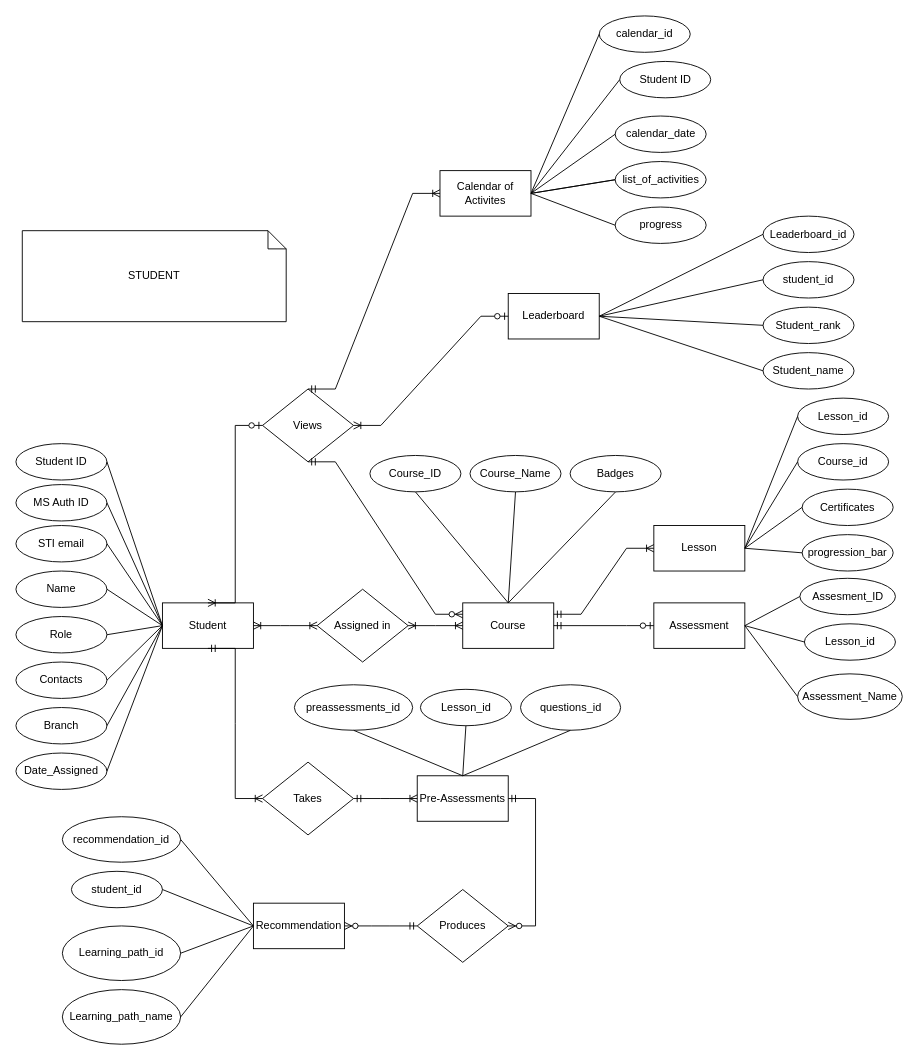
Before: page "Page-3" (1 of 3) of SL-Activities/Task121/.drawio in rnrhltn/javanc3uc1, a draw.io diagram. Source tidied: cells renumbered, new cells numbered last; positions are measured from the earlier drawing's top-left corner, leaving out a move shared by most shapes. Both pictures are drawn from the tidied source at 91%, with x=0, y=0 at pixel (15, 15).
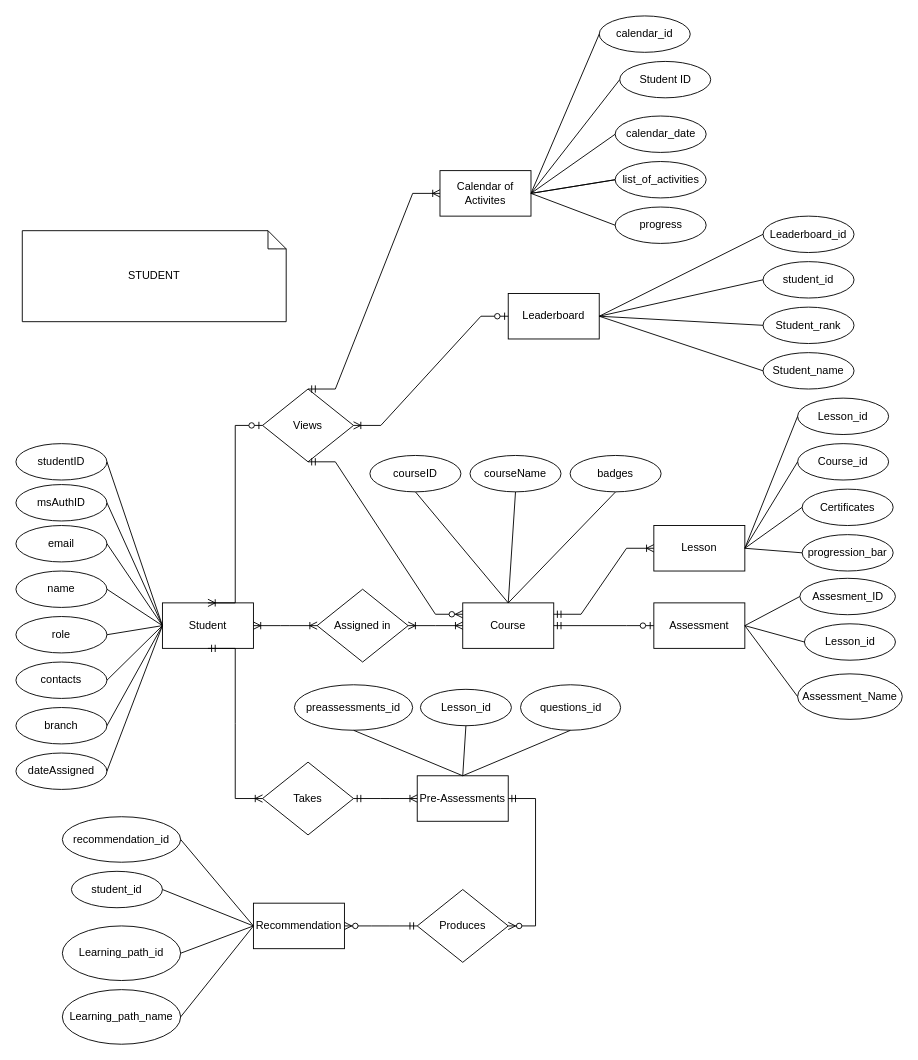
Above is the later version.

Diff of the diagram source:
```diff
@@
-    <mxCell id="3" value="Name" style="ellipse;whiteSpace=wrap;html=1;align=center;" parent="1" vertex="1">
+    <mxCell id="3" value="name" style="ellipse;whiteSpace=wrap;html=1;align=center;" parent="1" vertex="1">
       <mxGeometry y="610" width="100" height="40" as="geometry" />
     </mxCell>
-    <mxCell id="4" value="MS Auth ID" style="ellipse;whiteSpace=wrap;html=1;align=center;" parent="1" vertex="1">
+    <mxCell id="4" value="msAuthID" style="ellipse;whiteSpace=wrap;html=1;align=center;" parent="1" vertex="1">
       <mxGeometry y="515" width="100" height="40" as="geometry" />
     </mxCell>
-    <mxCell id="5" value="STI email" style="ellipse;whiteSpace=wrap;html=1;align=center;" parent="1" vertex="1">
+    <mxCell id="5" value="email" style="ellipse;whiteSpace=wrap;html=1;align=center;" parent="1" vertex="1">
       <mxGeometry y="560" width="100" height="40" as="geometry" />
     </mxCell>
-    <mxCell id="6" value="Role" style="ellipse;whiteSpace=wrap;html=1;align=center;" parent="1" vertex="1">
+    <mxCell id="6" value="role" style="ellipse;whiteSpace=wrap;html=1;align=center;" parent="1" vertex="1">
       <mxGeometry y="660" width="100" height="40" as="geometry" />
     </mxCell>
-    <mxCell id="7" value="Branch" style="ellipse;whiteSpace=wrap;html=1;align=center;" parent="1" vertex="1">
+    <mxCell id="7" value="branch" style="ellipse;whiteSpace=wrap;html=1;align=center;" parent="1" vertex="1">
       <mxGeometry y="760" width="100" height="40" as="geometry" />
     </mxCell>
-    <mxCell id="8" value="Contacts" style="ellipse;whiteSpace=wrap;html=1;align=center;" parent="1" vertex="1">
+    <mxCell id="8" value="contacts" style="ellipse;whiteSpace=wrap;html=1;align=center;" parent="1" vertex="1">
       <mxGeometry y="710" width="100" height="40" as="geometry" />
     </mxCell>
-    <mxCell id="9" value="Student ID" style="ellipse;whiteSpace=wrap;html=1;align=center;" parent="1" vertex="1">
+    <mxCell id="9" value="studentID" style="ellipse;whiteSpace=wrap;html=1;align=center;" parent="1" vertex="1">
       <mxGeometry y="470" width="100" height="40" as="geometry" />
     </mxCell>
@@
-    <mxCell id="28" value="Course_ID" style="ellipse;whiteSpace=wrap;html=1;align=center;" parent="1" vertex="1">
+    <mxCell id="28" value="courseID" style="ellipse;whiteSpace=wrap;html=1;align=center;" parent="1" vertex="1">
       <mxGeometry x="389" y="483" width="100" height="40" as="geometry" />
     </mxCell>
-    <mxCell id="29" value="Course_Name" style="ellipse;whiteSpace=wrap;html=1;align=center;" parent="1" vertex="1">
+    <mxCell id="29" value="courseName" style="ellipse;whiteSpace=wrap;html=1;align=center;" parent="1" vertex="1">
       <mxGeometry x="499" y="483" width="100" height="40" as="geometry" />
     </mxCell>
@@
-    <mxCell id="40" value="Date_Assigned" style="ellipse;whiteSpace=wrap;html=1;align=center;" parent="1" vertex="1">
+    <mxCell id="40" value="dateAssigned" style="ellipse;whiteSpace=wrap;html=1;align=center;" parent="1" vertex="1">
       <mxGeometry y="810" width="100" height="40" as="geometry" />
     </mxCell>
@@
-    <mxCell id="46" value="Badges" style="ellipse;whiteSpace=wrap;html=1;align=center;" parent="1" vertex="1">
+    <mxCell id="46" value="badges" style="ellipse;whiteSpace=wrap;html=1;align=center;" parent="1" vertex="1">
       <mxGeometry x="609" y="483" width="100" height="40" as="geometry" />
     </mxCell>
```
